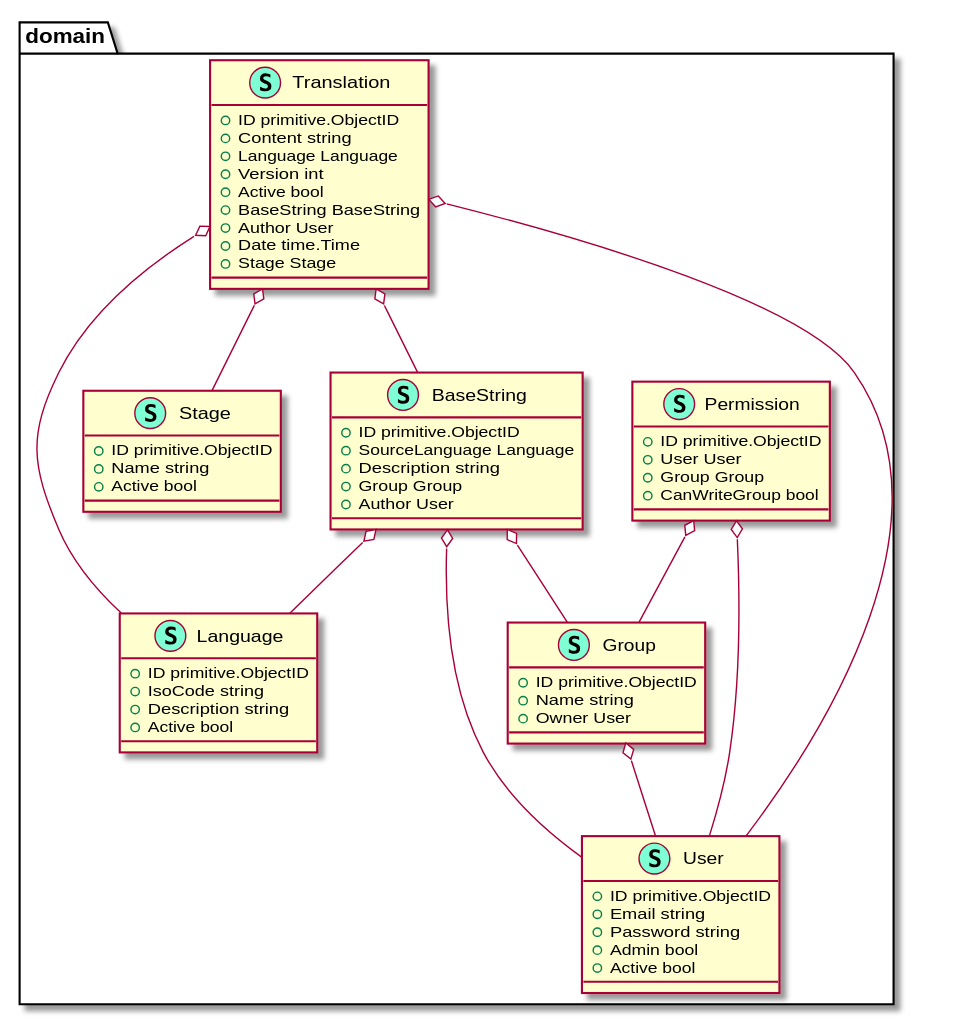
Before: backend/assets/dist/UmlDiagram.svg, a diagram exported from PlantUML (cafeteru/LocalizeMe).
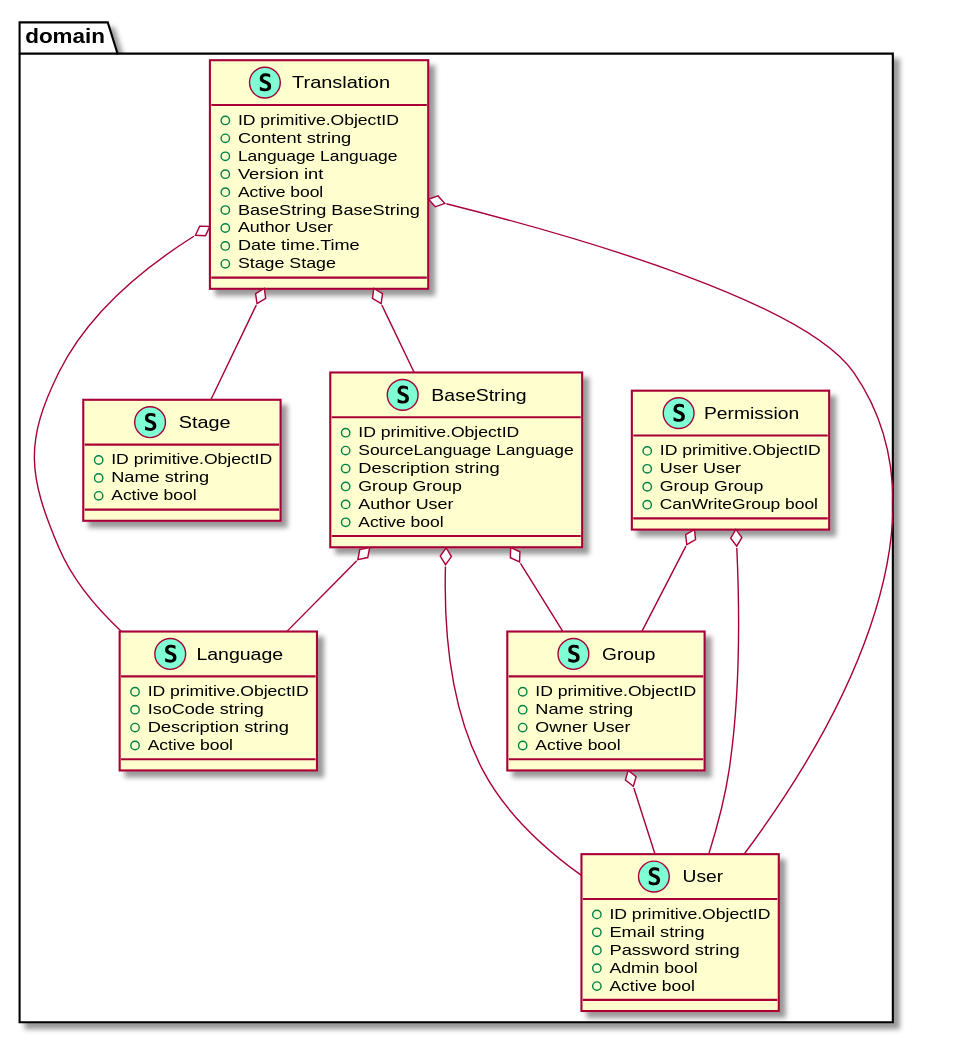
After the change.

Change to the diagram source:
```diff
@@ -6,12 +6,14 @@
         + Description string
         + Group Group
         + Author User
+        + Active bool
 
     }
     class Group << (S,Aquamarine) >> {
         + ID primitive.ObjectID
         + Name string
         + Owner User
+        + Active bool
 
     }
     class Language << (S,Aquamarine) >> {
```
